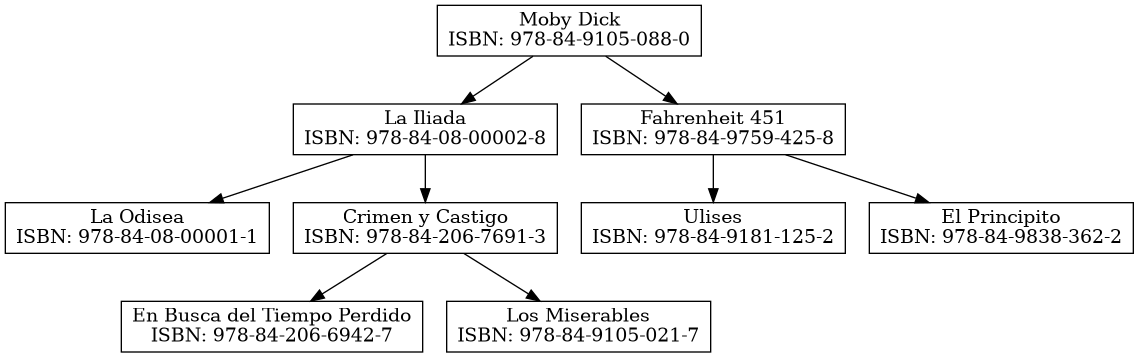
Above: arbolISBN.png in JgabrielH1007/BibliotecaMagicaEDD (Graphviz), before the change. Its source is kept beside it as arbolISBN.dot.
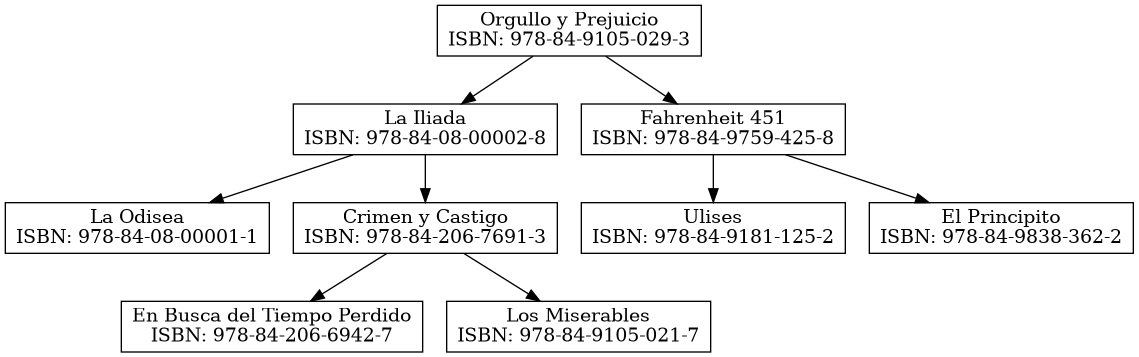
Later version of the same file.

Diff of the diagram source:
```diff
@@ -1,7 +1,7 @@
 digraph G {
     node [shape=box];
-    "Moby Dick" [label="Moby Dick\nISBN: 978-84-9105-088-0"];
-    "Moby Dick" -> "La Iliada";
+    "Orgullo y Prejuicio" [label="Orgullo y Prejuicio\nISBN: 978-84-9105-029-3"];
+    "Orgullo y Prejuicio" -> "La Iliada";
     "La Iliada" [label="La Iliada\nISBN: 978-84-08-00002-8"];
     "La Iliada" -> "La Odisea";
     "La Odisea" [label="La Odisea\nISBN: 978-84-08-00001-1"];
@@ -11,7 +11,7 @@
     "En Busca del Tiempo Perdido" [label="En Busca del Tiempo Perdido\nISBN: 978-84-206-6942-7"];
     "Crimen y Castigo" -> "Los Miserables";
     "Los Miserables" [label="Los Miserables\nISBN: 978-84-9105-021-7"];
-    "Moby Dick" -> "Fahrenheit 451";
+    "Orgullo y Prejuicio" -> "Fahrenheit 451";
     "Fahrenheit 451" [label="Fahrenheit 451\nISBN: 978-84-9759-425-8"];
     "Fahrenheit 451" -> "Ulises";
     "Ulises" [label="Ulises\nISBN: 978-84-9181-125-2"];
```
